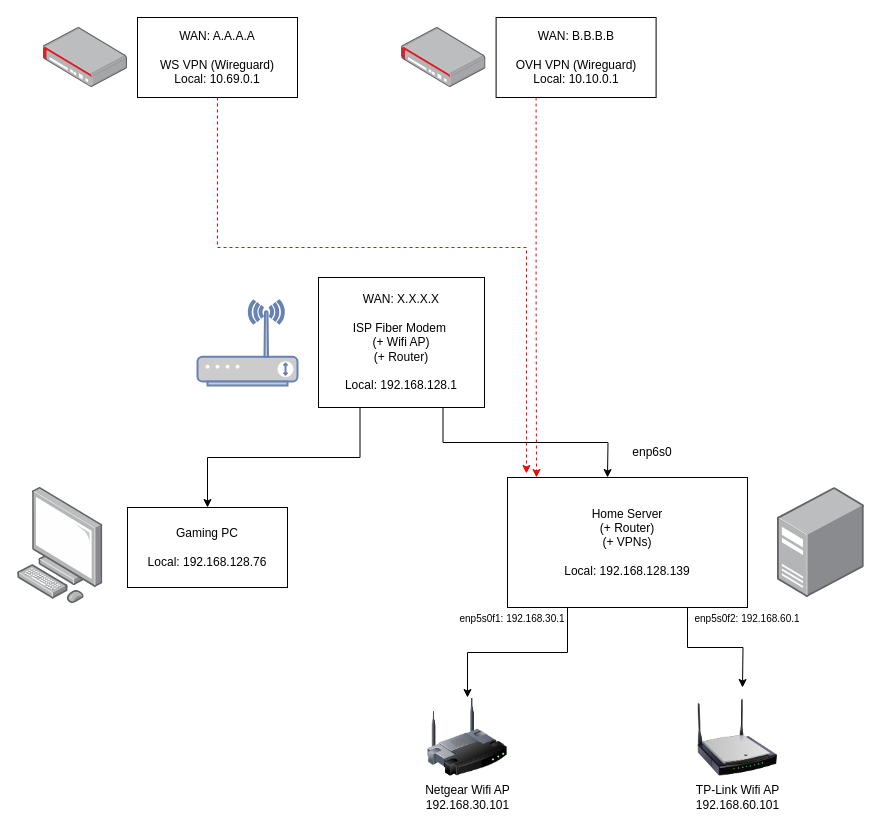
Above: assets/home_network.drawio in ckcr4lyf/home-network (draw.io), before the change. Source tidied: cells renumbered, new cells numbered last; positions are measured from the earlier drawing's top-left corner, leaving out a move shared by most shapes. Both pictures are drawn from the tidied source at 100%, with x=0, y=0 at pixel (17, 17).
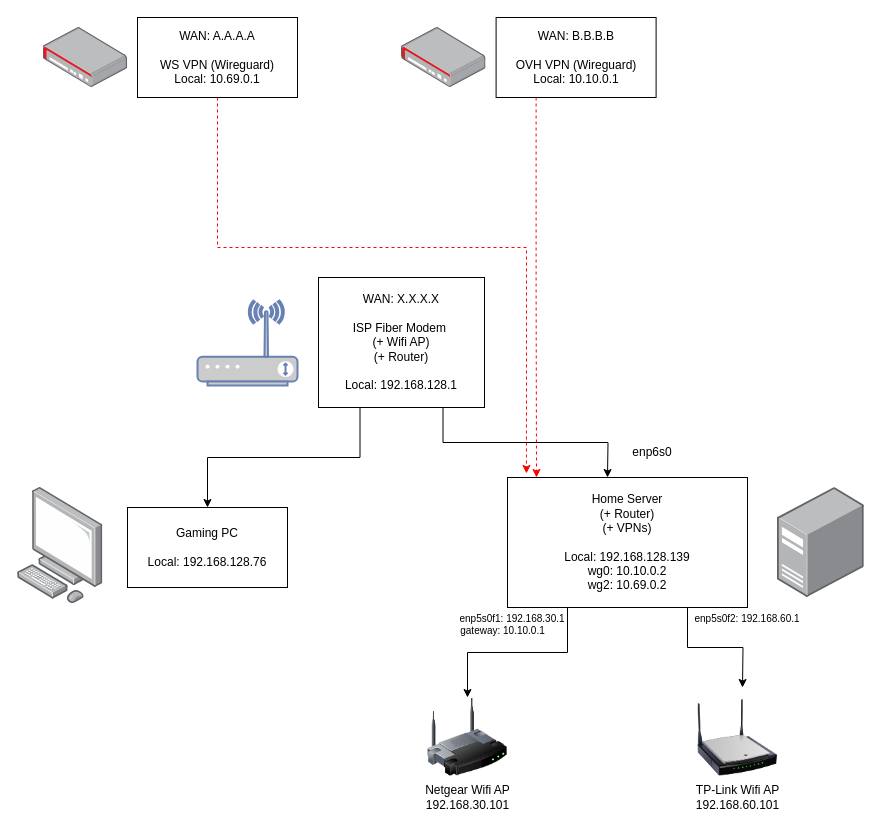
The same diagram, later.

The edit, as a diff of the source:
```diff
@@
-    <mxCell id="9" value="Home Server&lt;br&gt;(+ Router)&lt;br&gt;(+ VPNs)&lt;br&gt;&lt;br style=&quot;border-color: var(--border-color);&quot;&gt;Local: 192.168.128.139" style="rounded=0;whiteSpace=wrap;html=1;" parent="1" vertex="1">
+    <mxCell id="9" value="Home Server&lt;br&gt;(+ Router)&lt;br&gt;(+ VPNs)&lt;br&gt;&lt;br style=&quot;border-color: var(--border-color);&quot;&gt;Local: 192.168.128.139&lt;div&gt;wg0: 10.10.0.2&lt;/div&gt;&lt;div&gt;wg2: 10.69.0.2&lt;/div&gt;" style="rounded=0;whiteSpace=wrap;html=1;" parent="1" vertex="1">
       <mxGeometry x="490" y="460" width="240" height="130" as="geometry" />
     </mxCell>
@@
+    <mxCell id="25" value="gateway: 10.10.0.1" style="text;html=1;align=center;verticalAlign=middle;strokeColor=none;fillColor=none;fontSize=10;" parent="1" vertex="1">
+      <mxGeometry x="430" y="598" width="110" height="30" as="geometry" />
+    </mxCell>
```
